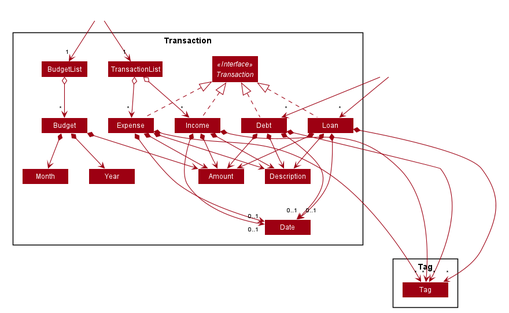
Earlier version of the PlantUML export docs/images/ModelTransactionDiagram.png (syinyichen/main).
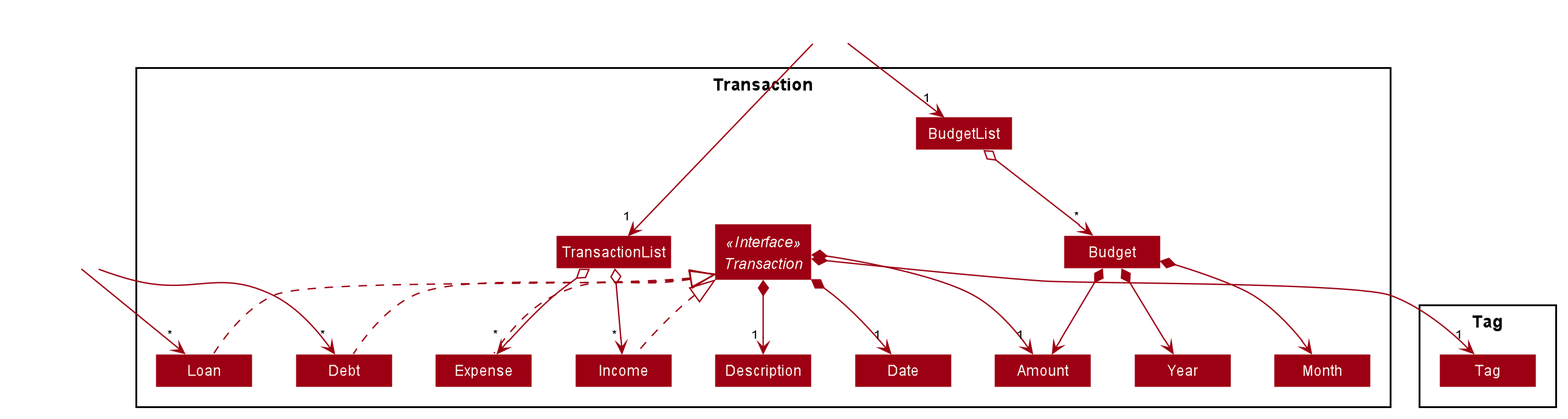
After the change.

The edit, as a diff of the source:
```diff
@@ -17,6 +17,8 @@
     BorderColor #FFFFFF
     StereotypeFontColor #FFFFFF
     FontName Arial
+    AttributeFontColor #FFFFFF
+    AttributeFontName Arial
 }
 
 skinparam Actor {
@@ -90,26 +92,9 @@
 Budget *--> Amount
 Budget *--> Month
 Budget *--> Year
-Expense *--> Amount
-Expense *--> Description
-Expense *--> "0..1" Date
-Expense *--> "*" Tag
-Income *--> Amount
-Income *--> Description
-Income *--> "0..1" Date
-Income *--> "*" Tag
-Debt *--> Amount
-Debt *--> Description
-Debt *--> "0..1" Date
-Debt *--> "*" Tag
-Loan *--> Amount
-Loan *--> Description
-Loan *--> "0..1" Date
-Loan *--> "*" Tag
-
-Amount -[hidden]down-> Date
-Description -[hidden]down-> Date
-Amount -[hidden]right-> Description
-Date -[hidden]down-> Tag
+Transaction *--> "1" Amount
+Transaction *--> "1" Description
+Transaction *--> "1" Date
+Transaction *--> "1" Tag
 
 @enduml
```
